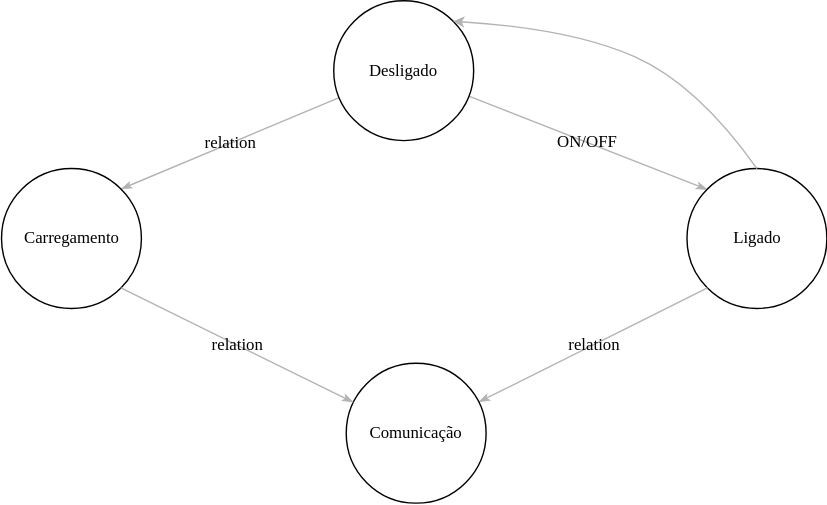
The draw.io diagram projetos/tennistracker/diagrama.svg in teaching-FEEC/ea075-2024.1, before a commit. Source tidied: cells renumbered, new cells last; positions are measured from the earlier drawing's top-left corner, leaving out a move shared by most shapes.
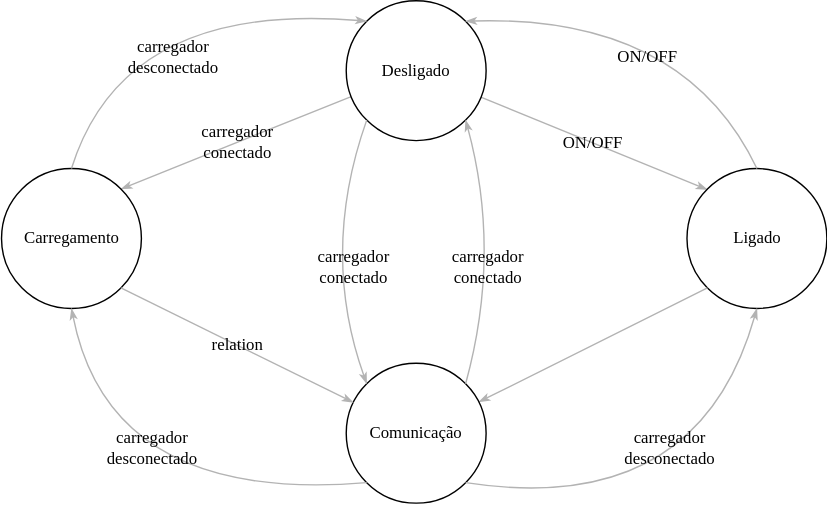
After the commit.

What changed in the source:
```diff
@@ -2,7 +2,7 @@
   <root>
     <mxCell id="0" />
     <mxCell id="1" parent="0" />
-    <mxCell id="2" value="relation" style="edgeStyle=none;rounded=1;html=1;labelBackgroundColor=none;startArrow=none;startFill=0;startSize=5;endArrow=classicThin;endFill=1;endSize=5;jettySize=auto;strokeColor=#B3B3B3;strokeWidth=1;fontFamily=Verdana;fontSize=12;entryX=1;entryY=0;entryDx=0;entryDy=0;" parent="1" edge="1" source="4" target="8">
+    <mxCell id="2" value="carregador&lt;div&gt;&lt;span style=&quot;background-color: initial;&quot;&gt;conectado&lt;/span&gt;&lt;/div&gt;" style="edgeStyle=none;rounded=1;html=1;labelBackgroundColor=none;startArrow=none;startFill=0;startSize=5;endArrow=classicThin;endFill=1;endSize=5;jettySize=auto;strokeColor=#B3B3B3;strokeWidth=1;fontFamily=Verdana;fontSize=12;entryX=1;entryY=0;entryDx=0;entryDy=0;" parent="1" edge="1" source="4" target="8">
       <mxGeometry relative="1" as="geometry" />
     </mxCell>
     <mxCell id="3" value="ON/OFF" style="edgeStyle=none;rounded=1;html=1;labelBackgroundColor=none;startArrow=none;startFill=0;startSize=5;endArrow=classicThin;endFill=1;endSize=5;jettySize=auto;strokeColor=#B3B3B3;strokeWidth=1;fontFamily=Verdana;fontSize=12;" parent="1" edge="1" source="4">
@@ -11,12 +11,12 @@
       </mxGeometry>
     </mxCell>
     <mxCell id="4" value="Desligado" style="ellipse;whiteSpace=wrap;html=1;rounded=0;shadow=0;comic=0;labelBackgroundColor=none;strokeWidth=1;fontFamily=Verdana;fontSize=12;align=center;fillColor=none;strokeColor=default;verticalAlign=middle;fontColor=default;rotation=0;" parent="1" vertex="1">
-      <mxGeometry x="238" width="100" height="100" as="geometry" />
+      <mxGeometry x="246.9" width="100" height="100" as="geometry" />
     </mxCell>
     <mxCell id="5" value="Ligado" style="ellipse;whiteSpace=wrap;html=1;rounded=0;shadow=0;comic=0;labelBackgroundColor=none;strokeWidth=1;fontFamily=Verdana;fontSize=12;align=center;fillColor=none;rotation=0;" parent="1" vertex="1">
       <mxGeometry x="490.5" y="120" width="100" height="100" as="geometry" />
     </mxCell>
-    <mxCell id="6" value="relation" style="edgeStyle=none;rounded=1;html=1;labelBackgroundColor=none;startArrow=none;startFill=0;startSize=5;endArrow=classicThin;endFill=1;endSize=5;jettySize=auto;strokeColor=#B3B3B3;strokeWidth=1;fontFamily=Verdana;fontSize=12;exitX=0;exitY=1;exitDx=0;exitDy=0;" parent="1" edge="1" source="5" target="7">
+    <mxCell id="6" style="edgeStyle=none;rounded=1;html=1;labelBackgroundColor=none;startArrow=none;startFill=0;startSize=5;endArrow=classicThin;endFill=1;endSize=5;jettySize=auto;strokeColor=#B3B3B3;strokeWidth=1;fontFamily=Verdana;fontSize=12;exitX=0;exitY=1;exitDx=0;exitDy=0;" parent="1" edge="1" source="5" target="7">
       <mxGeometry relative="1" as="geometry" />
     </mxCell>
     <mxCell id="7" value="Comunicação" style="ellipse;whiteSpace=wrap;html=1;rounded=0;shadow=0;comic=0;labelBackgroundColor=none;strokeWidth=1;fontFamily=Verdana;fontSize=12;align=center;fillColor=none;rotation=0;" parent="1" vertex="1">
@@ -28,13 +28,47 @@
     <mxCell id="9" value="relation" style="edgeStyle=none;rounded=1;html=1;labelBackgroundColor=none;startArrow=none;startFill=0;startSize=5;endArrow=classicThin;endFill=1;endSize=5;jettySize=auto;strokeColor=#B3B3B3;strokeWidth=1;fontFamily=Verdana;fontSize=12;exitX=1;exitY=1;exitDx=0;exitDy=0;" parent="1" edge="1" source="8" target="7">
       <mxGeometry relative="1" as="geometry" />
     </mxCell>
-    <mxCell id="10" style="curved=1;endArrow=classic;html=1;rounded=0;exitX=0.5;exitY=0;exitDx=0;exitDy=0;entryX=1;entryY=0;entryDx=0;entryDy=0;strokeColor=#B3B3B3;endSize=5;startSize=5;fontFamily=Verdana;labelBackgroundColor=none;fontSize=12;" parent="1" edge="1" source="5" target="4">
-      <mxGeometry relative="1" as="geometry">
+    <mxCell id="10" value="ON/OFF" style="edgeStyle=none;rounded=0;html=1;labelBackgroundColor=none;startArrow=none;startFill=0;startSize=5;endArrow=classicThin;endFill=1;endSize=5;jettySize=auto;strokeColor=#B3B3B3;strokeWidth=1;fontFamily=Verdana;fontSize=12;entryX=1;entryY=0;entryDx=0;entryDy=0;exitX=0.5;exitY=0;exitDx=0;exitDy=0;curved=1;" parent="1" edge="1" source="5" target="4">
+      <mxGeometry x="0.07" y="29" relative="1" as="geometry">
         <Array as="points">
-          <mxPoint x="498" y="60" />
-          <mxPoint x="408" y="20" />
+          <mxPoint x="488" y="10" />
         </Array>
       </mxGeometry>
     </mxCell>
+    <mxCell id="11" value="carregador&lt;div&gt;desconectado&lt;/div&gt;" style="edgeStyle=none;rounded=0;html=1;labelBackgroundColor=none;startArrow=none;startFill=0;startSize=5;endArrow=classicThin;endFill=1;endSize=5;jettySize=auto;strokeColor=#B3B3B3;strokeWidth=1;fontFamily=Verdana;fontSize=12;entryX=0;entryY=0;entryDx=0;entryDy=0;exitX=0.5;exitY=0;exitDx=0;exitDy=0;curved=1;" parent="1" edge="1" source="8" target="4">
+      <mxGeometry x="0.09" y="-37" relative="1" as="geometry">
+        <Array as="points">
+          <mxPoint x="88" />
+        </Array>
+      </mxGeometry>
+    </mxCell>
+    <mxCell id="12" value="carregador&lt;div&gt;desconectado&lt;/div&gt;" style="edgeStyle=none;rounded=0;html=1;labelBackgroundColor=none;startArrow=none;startFill=0;startSize=5;endArrow=classicThin;endFill=1;endSize=5;jettySize=auto;strokeColor=#B3B3B3;strokeWidth=1;fontFamily=Verdana;fontSize=12;entryX=0.5;entryY=1;entryDx=0;entryDy=0;exitX=1;exitY=1;exitDx=0;exitDy=0;curved=1;" parent="1" edge="1" source="7" target="5">
+      <mxGeometry x="0.3" y="33" relative="1" as="geometry">
+        <Array as="points">
+          <mxPoint x="498" y="370" />
+        </Array>
+      </mxGeometry>
+    </mxCell>
+    <mxCell id="13" value="carregador&lt;div&gt;desconectado&lt;/div&gt;" style="edgeStyle=none;rounded=0;html=1;labelBackgroundColor=none;startArrow=none;startFill=0;startSize=5;endArrow=classicThin;endFill=1;endSize=5;jettySize=auto;strokeColor=#B3B3B3;strokeWidth=1;fontFamily=Verdana;fontSize=12;entryX=0.5;entryY=1;entryDx=0;entryDy=0;exitX=0;exitY=1;exitDx=0;exitDy=0;curved=1;" parent="1" edge="1" source="7" target="8">
+      <mxGeometry x="0.33" y="-37" relative="1" as="geometry">
+        <Array as="points">
+          <mxPoint x="78" y="360" />
+        </Array>
+      </mxGeometry>
+    </mxCell>
+    <mxCell id="14" value="carregador&lt;div&gt;&lt;span style=&quot;background-color: initial;&quot;&gt;conectado&lt;/span&gt;&lt;/div&gt;" style="edgeStyle=none;rounded=0;html=1;labelBackgroundColor=none;startArrow=none;startFill=0;startSize=5;endArrow=classicThin;endFill=1;endSize=5;jettySize=auto;strokeColor=#B3B3B3;strokeWidth=1;fontFamily=Verdana;fontSize=12;entryX=0;entryY=0;entryDx=0;entryDy=0;exitX=0;exitY=1;exitDx=0;exitDy=0;curved=1;" parent="1" edge="1" source="4" target="7">
+      <mxGeometry x="0.17" y="19" relative="1" as="geometry">
+        <Array as="points">
+          <mxPoint x="228" y="180" />
+        </Array>
+      </mxGeometry>
+    </mxCell>
+    <mxCell id="15" value="carregador&lt;div&gt;&lt;span style=&quot;background-color: initial;&quot;&gt;conectado&lt;/span&gt;&lt;/div&gt;" style="edgeStyle=none;rounded=0;html=1;labelBackgroundColor=none;startArrow=none;startFill=0;startSize=5;endArrow=classicThin;endFill=1;endSize=5;jettySize=auto;strokeColor=#B3B3B3;strokeWidth=1;fontFamily=Verdana;fontSize=12;exitX=1;exitY=0;exitDx=0;exitDy=0;curved=1;entryX=1;entryY=1;entryDx=0;entryDy=0;" parent="1" edge="1" source="7" target="4">
+      <mxGeometry x="-0.13" y="7" relative="1" as="geometry">
+        <Array as="points">
+          <mxPoint x="358" y="180" />
+        </Array>
+      </mxGeometry>
+    </mxCell>
   </root>
 </mxGraphModel>
```
